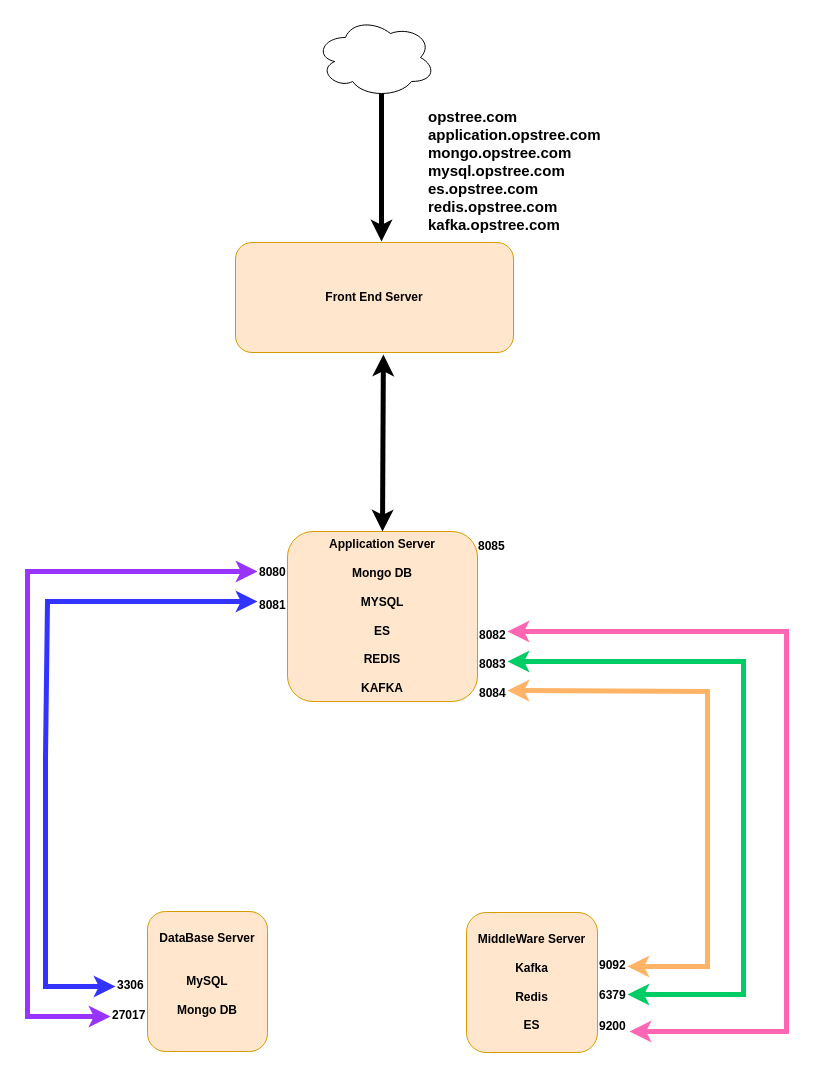
iamprakash89/devopskvk keeps this draw.io diagram as Untitled Diagram.drawio. Above is the earlier version. Source tidied: cells renumbered, new cells numbered last; positions are measured from the earlier drawing's top-left corner, leaving out a move shared by most shapes. Both pictures are drawn from the tidied source at 100%, with x=0, y=0 at pixel (27, 17).
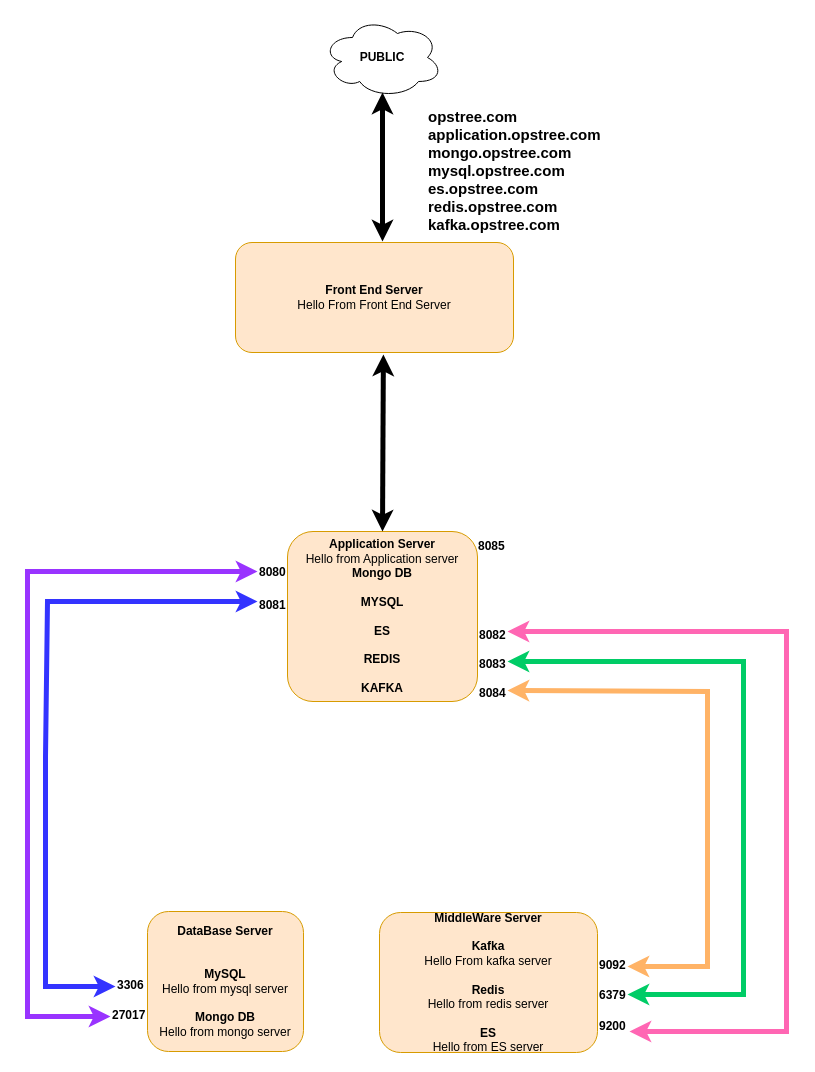
Above is the later version.

Diff of the diagram source:
```diff
@@
-    <mxCell id="2" style="ellipse;shape=cloud;whiteSpace=wrap;html=1;" parent="1" vertex="1">
-      <mxGeometry x="288" width="120" height="80" as="geometry" />
+    <mxCell id="2" value="&lt;b&gt;PUBLIC&lt;/b&gt;" style="ellipse;shape=cloud;whiteSpace=wrap;html=1;" parent="1" vertex="1">
+      <mxGeometry x="295" width="120" height="80" as="geometry" />
     </mxCell>
-    <mxCell id="3" style="endArrow=classic;html=1;rounded=0;exitX=0.55;exitY=0.95;exitDx=0;exitDy=0;exitPerimeter=0;strokeWidth=5;" parent="1" edge="1" source="2">
-      <mxGeometry relative="1" as="geometry">
-        <mxPoint x="354" y="224" as="targetPoint" />
-      </mxGeometry>
-    </mxCell>
-    <mxCell id="4" value="&lt;b&gt;Front End Server&lt;/b&gt;" style="rounded=1;whiteSpace=wrap;html=1;fillColor=#ffe6cc;strokeColor=#d79b00;" parent="1" vertex="1">
+    <mxCell id="4" value="&lt;div&gt;&lt;b&gt;Front End Server&lt;/b&gt;&lt;/div&gt;&lt;div&gt;Hello From Front End Server&lt;b&gt;&lt;br&gt;&lt;/b&gt;&lt;/div&gt;" style="rounded=1;whiteSpace=wrap;html=1;fillColor=#ffe6cc;strokeColor=#d79b00;" parent="1" vertex="1">
       <mxGeometry x="208" y="225" width="278" height="110" as="geometry" />
     </mxCell>
@@
-    <mxCell id="6" value="&lt;div&gt;&lt;b&gt;DataBase Server&lt;/b&gt;&lt;/div&gt;&lt;div&gt;&lt;b&gt;&lt;br&gt;&lt;/b&gt;&lt;/div&gt;&lt;div&gt;&lt;b&gt;&lt;br&gt;&lt;/b&gt;&lt;/div&gt;&lt;div&gt;&lt;b&gt;MySQL&lt;br&gt;&lt;/b&gt;&lt;/div&gt;&lt;div&gt;&lt;b&gt;&lt;br&gt;&lt;/b&gt;&lt;/div&gt;&lt;div&gt;&lt;b&gt;Mongo DB&lt;/b&gt;&lt;/div&gt;&lt;div&gt;&lt;b&gt;&lt;br&gt;&lt;/b&gt;&lt;/div&gt;" style="rounded=1;whiteSpace=wrap;html=1;fillColor=#ffe6cc;strokeColor=#d79b00;" parent="1" vertex="1">
-      <mxGeometry x="120" y="894" width="120" height="140" as="geometry" />
+    <mxCell id="6" value="&lt;div&gt;&lt;b&gt;DataBase Server&lt;/b&gt;&lt;/div&gt;&lt;div&gt;&lt;b&gt;&lt;br&gt;&lt;/b&gt;&lt;/div&gt;&lt;div&gt;&lt;b&gt;&lt;br&gt;&lt;/b&gt;&lt;/div&gt;&lt;div&gt;&lt;b&gt;MySQL&lt;br&gt;&lt;/b&gt;&lt;/div&gt;&lt;div&gt;Hello from mysql server&lt;b&gt;&lt;br&gt;&lt;/b&gt;&lt;/div&gt;&lt;div&gt;&lt;b&gt;&lt;br&gt;&lt;/b&gt;&lt;/div&gt;&lt;div&gt;&lt;b&gt;Mongo DB&lt;/b&gt;&lt;/div&gt;&lt;div&gt;Hello from mongo server&lt;b&gt;&lt;br&gt;&lt;/b&gt;&lt;/div&gt;" style="rounded=1;whiteSpace=wrap;html=1;fillColor=#ffe6cc;strokeColor=#d79b00;" parent="1" vertex="1">
+      <mxGeometry x="120" y="894" width="156" height="140" as="geometry" />
     </mxCell>
-    <mxCell id="7" value="&lt;div&gt;&lt;b&gt;MiddleWare Server&lt;/b&gt;&lt;/div&gt;&lt;div&gt;&lt;b&gt;&lt;br&gt;&lt;/b&gt;&lt;/div&gt;&lt;div&gt;&lt;b&gt;Kafka&lt;br&gt;&lt;/b&gt;&lt;/div&gt;&lt;div&gt;&lt;b&gt;&lt;br&gt;&lt;/b&gt;&lt;/div&gt;&lt;div&gt;&lt;b&gt;Redis&lt;/b&gt;&lt;/div&gt;&lt;div&gt;&lt;b&gt;&lt;br&gt;&lt;/b&gt;&lt;/div&gt;&lt;div&gt;&lt;b&gt;ES&lt;/b&gt;&lt;/div&gt;" style="rounded=1;whiteSpace=wrap;html=1;fillColor=#ffe6cc;strokeColor=#d79b00;" parent="1" vertex="1">
-      <mxGeometry x="439" y="895" width="131" height="140" as="geometry" />
+    <mxCell id="7" value="&lt;div&gt;&lt;b&gt;MiddleWare Server&lt;/b&gt;&lt;/div&gt;&lt;div&gt;&lt;b&gt;&lt;br&gt;&lt;/b&gt;&lt;/div&gt;&lt;div&gt;&lt;b&gt;Kafka&lt;br&gt;&lt;/b&gt;&lt;/div&gt;&lt;div&gt;Hello From kafka server&lt;b&gt;&lt;br&gt;&lt;/b&gt;&lt;/div&gt;&lt;div&gt;&lt;b&gt;&lt;br&gt;&lt;/b&gt;&lt;/div&gt;&lt;div&gt;&lt;b&gt;Redis&lt;/b&gt;&lt;/div&gt;&lt;div&gt;Hello from redis server&lt;b&gt;&lt;br&gt;&lt;/b&gt;&lt;/div&gt;&lt;div&gt;&lt;b&gt;&lt;br&gt;&lt;/b&gt;&lt;/div&gt;&lt;div&gt;&lt;b&gt;ES&lt;/b&gt;&lt;/div&gt;&lt;div&gt;Hello from ES server&lt;b&gt;&lt;br&gt;&lt;/b&gt;&lt;/div&gt;" style="rounded=1;whiteSpace=wrap;html=1;fillColor=#ffe6cc;strokeColor=#d79b00;" parent="1" vertex="1">
+      <mxGeometry x="352" y="895" width="218" height="140" as="geometry" />
     </mxCell>
-    <mxCell id="8" value="&lt;div&gt;&lt;b&gt;Application Server&lt;/b&gt;&lt;/div&gt;&lt;div&gt;&lt;b&gt;&lt;br&gt;&lt;/b&gt;&lt;/div&gt;&lt;div&gt;&lt;b&gt;Mongo DB&lt;/b&gt;&lt;/div&gt;&lt;div&gt;&lt;b&gt;&lt;br&gt;&lt;/b&gt;&lt;/div&gt;&lt;div&gt;&lt;b&gt;MYSQL&lt;/b&gt;&lt;/div&gt;&lt;div&gt;&lt;b&gt;&lt;br&gt;&lt;/b&gt;&lt;/div&gt;&lt;div&gt;&lt;b&gt;ES&lt;/b&gt;&lt;/div&gt;&lt;div&gt;&lt;b&gt;&lt;br&gt;&lt;/b&gt;&lt;/div&gt;&lt;div&gt;&lt;b&gt;REDIS&lt;/b&gt;&lt;/div&gt;&lt;div&gt;&lt;b&gt;&lt;br&gt;&lt;/b&gt;&lt;/div&gt;&lt;div&gt;&lt;b&gt;KAFKA&lt;br&gt;&lt;/b&gt;&lt;/div&gt;" style="rounded=1;whiteSpace=wrap;html=1;fillColor=#ffe6cc;strokeColor=#d79b00;" parent="1" vertex="1">
+    <mxCell id="8" value="&lt;div&gt;&lt;b&gt;Application Server&lt;/b&gt;&lt;/div&gt;&lt;div&gt;Hello from Application server&lt;b&gt;&lt;br&gt;&lt;/b&gt;&lt;/div&gt;&lt;div&gt;&lt;b&gt;Mongo DB &lt;br&gt;&lt;/b&gt;&lt;/div&gt;&lt;div&gt;&lt;b&gt;&lt;br&gt;&lt;/b&gt;&lt;/div&gt;&lt;div&gt;&lt;b&gt;MYSQL&lt;/b&gt;&lt;/div&gt;&lt;div&gt;&lt;b&gt;&lt;br&gt;&lt;/b&gt;&lt;/div&gt;&lt;div&gt;&lt;b&gt;ES&lt;/b&gt;&lt;/div&gt;&lt;div&gt;&lt;b&gt;&lt;br&gt;&lt;/b&gt;&lt;/div&gt;&lt;div&gt;&lt;b&gt;REDIS&lt;/b&gt;&lt;/div&gt;&lt;div&gt;&lt;b&gt;&lt;br&gt;&lt;/b&gt;&lt;/div&gt;&lt;div&gt;&lt;b&gt;KAFKA&lt;br&gt;&lt;/b&gt;&lt;/div&gt;" style="rounded=1;whiteSpace=wrap;html=1;fillColor=#ffe6cc;strokeColor=#d79b00;" parent="1" vertex="1">
       <mxGeometry x="260" y="514" width="190" height="170" as="geometry" />
     </mxCell>
@@
+    <mxCell id="26" style="endArrow=classic;startArrow=classic;html=1;rounded=0;entryX=0.532;entryY=1.018;entryDx=0;entryDy=0;entryPerimeter=0;strokeWidth=5;strokeColor=#000000;" parent="1" edge="1">
+      <mxGeometry relative="1" as="geometry">
+        <mxPoint x="355" y="224" as="sourcePoint" />
+        <mxPoint x="355" y="75" as="targetPoint" />
+      </mxGeometry>
+    </mxCell>
```
